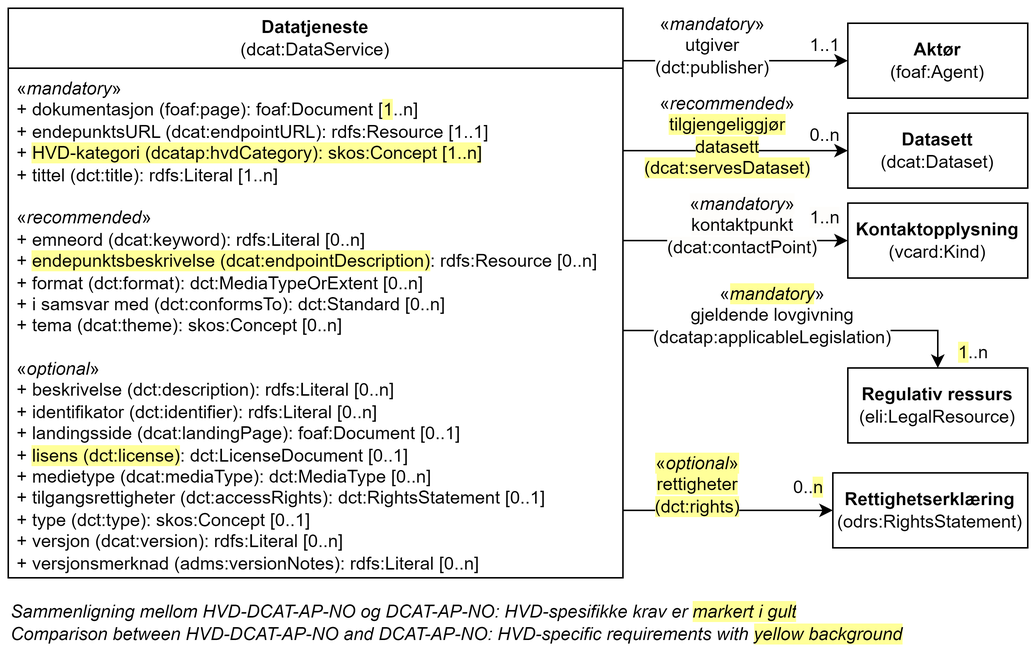
This is docs/images/Klassen-Datatjeneste.png from Informasjonsforvaltning/hvd-dcat-ap-no, a draw.io export, as it was before one commit. Source tidied: cells renumbered, new cells last; positions are measured from the earlier drawing's top-left corner, leaving out a move shared by most shapes.
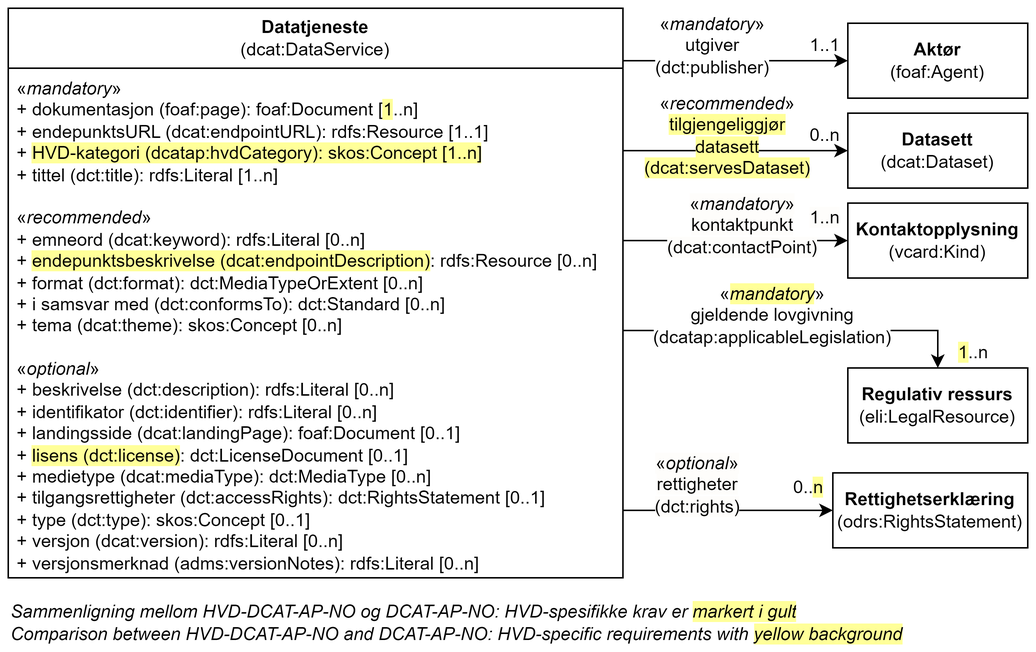
After the change.

Commit message:
Justering klassen Datatjeneste

The edit, as a diff of the source:
```diff
@@ -75,7 +75,7 @@
         <mxPoint x="410" y="335" as="sourcePoint" />
       </mxGeometry>
     </mxCell>
-    <mxCell id="22" value="&lt;span style=&quot;background-color: rgb(255, 255, 153);&quot;&gt;«&lt;i style=&quot;&quot;&gt;optional&lt;/i&gt;»&lt;br&gt;&lt;span style=&quot;color: rgb(0, 0, 0); font-family: Helvetica; font-size: 12px; font-style: normal; font-variant-ligatures: normal; font-variant-caps: normal; font-weight: 400; letter-spacing: normal; orphans: 2; text-align: left; text-indent: 0px; text-transform: none; widows: 2; word-spacing: 0px; -webkit-text-stroke-width: 0px; white-space: normal; text-decoration-thickness: initial; text-decoration-style: initial; text-decoration-color: initial; float: none; display: inline !important;&quot;&gt;rettigheter (dct:rights)&lt;/span&gt;&lt;/span&gt;&lt;div&gt;&lt;br&gt;&lt;/div&gt;" style="text;html=1;align=center;verticalAlign=middle;whiteSpace=wrap;rounded=0;" parent="1" vertex="1">
+    <mxCell id="22" value="&lt;span style=&quot;background-color: rgb(254, 253, 251);&quot;&gt;«&lt;i style=&quot;&quot;&gt;optional&lt;/i&gt;»&lt;br&gt;&lt;span style=&quot;color: rgb(0, 0, 0); font-family: Helvetica; font-size: 12px; font-style: normal; font-variant-ligatures: normal; font-variant-caps: normal; font-weight: 400; letter-spacing: normal; orphans: 2; text-align: left; text-indent: 0px; text-transform: none; widows: 2; word-spacing: 0px; -webkit-text-stroke-width: 0px; white-space: normal; text-decoration-thickness: initial; text-decoration-style: initial; text-decoration-color: initial; float: none; display: inline !important;&quot;&gt;rettigheter (dct:rights)&lt;/span&gt;&lt;/span&gt;&lt;div&gt;&lt;br&gt;&lt;/div&gt;" style="text;html=1;align=center;verticalAlign=middle;whiteSpace=wrap;rounded=0;" parent="1" vertex="1">
       <mxGeometry x="430" y="310" width="60" height="30" as="geometry" />
     </mxCell>
     <mxCell id="23" value="0..&lt;span style=&quot;background-color: rgb(255, 255, 153);&quot;&gt;n&lt;/span&gt;" style="text;html=1;strokeColor=none;fillColor=none;align=center;verticalAlign=middle;whiteSpace=wrap;rounded=0;" parent="1" vertex="1">
```
